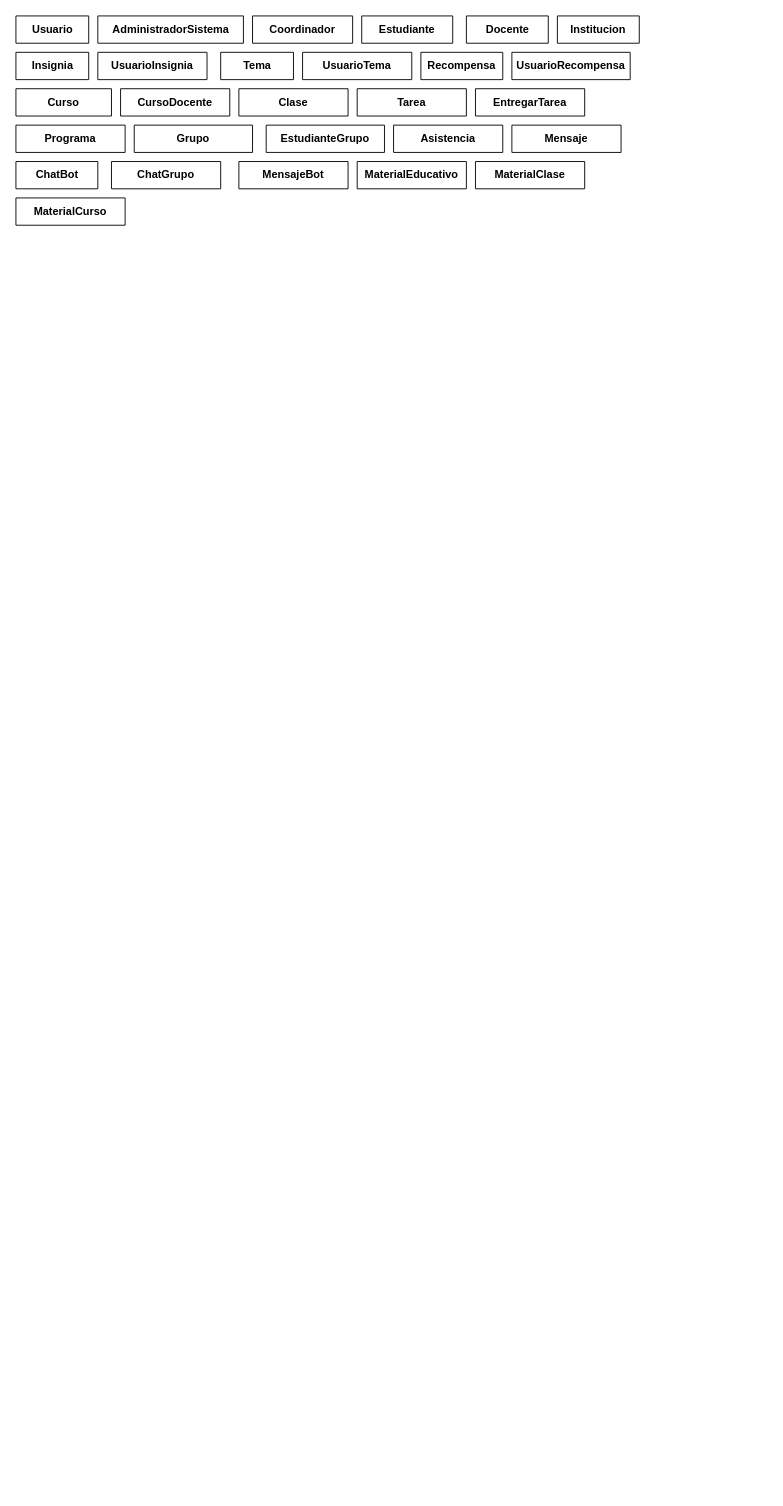
HarrisonGuerrero18/diagramas_Acadify keeps this draw.io diagram as DiagramaRelacional.drawio. Above is the earlier version. Source tidied: cells renumbered, new cells numbered last; positions are measured from the earlier drawing's top-left corner, leaving out a move shared by most shapes. Both pictures are drawn from the tidied source at 91%, with x=0, y=0 at pixel (15, 15).
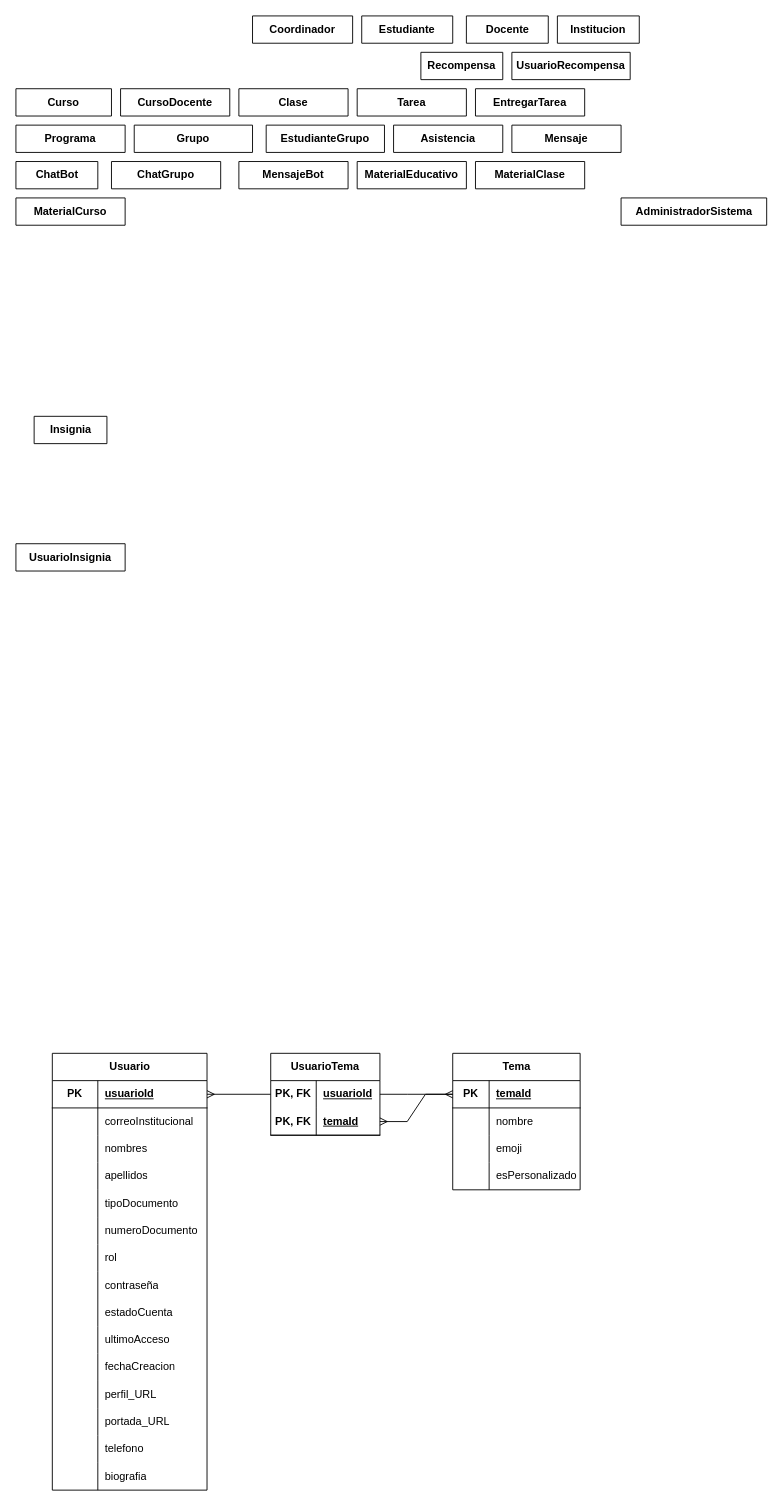
The same diagram, later.

Diff of the diagram source:
```diff
@@
-    <mxCell id="2" value="Usuario" style="shape=table;startSize=30;childLayout=tableLayout;rowLines=0;fontStyle=1;align=center;html=1;" parent="1" vertex="1" collapsed="1">
-      <mxGeometry width="80" height="30" as="geometry" />
+    <mxCell id="2" value="Usuario" style="shape=table;startSize=30;childLayout=tableLayout;rowLines=0;fontStyle=1;align=center;html=1;" parent="1" vertex="1">
+      <mxGeometry x="40" y="1140" width="170" height="480" as="geometry" />
     </mxCell>
+    <mxCell id="30" style="shape=tableRow;horizontal=0;startSize=0;swimlaneHead=0;swimlaneBody=0;fillColor=none;points=[[0,0.5],[1,0.5]];portConstraint=eastwest;top=0;left=0;right=0;bottom=1;" parent="2" vertex="1">
+      <mxGeometry y="30" width="170" height="30" as="geometry" />
+    </mxCell>
+    <mxCell id="31" value="PK" style="shape=partialRectangle;fillColor=none;top=0;left=0;bottom=0;right=0;fontStyle=1;overflow=hidden;whiteSpace=wrap;html=1;" parent="30" vertex="1">
+      <mxGeometry width="50" height="30" as="geometry" />
+    </mxCell>
+    <mxCell id="32" value="usuarioId" style="shape=partialRectangle;fillColor=none;top=0;left=0;bottom=0;right=0;align=left;spacingLeft=6;fontStyle=5;overflow=hidden;whiteSpace=wrap;html=1;" parent="30" vertex="1">
+      <mxGeometry x="50" width="120" height="30" as="geometry" />
+    </mxCell>
+    <mxCell id="33" style="shape=tableRow;horizontal=0;startSize=0;swimlaneHead=0;swimlaneBody=0;fillColor=none;top=0;left=0;right=0;bottom=0;" parent="2" vertex="1">
+      <mxGeometry y="60" width="170" height="30" as="geometry" />
+    </mxCell>
+    <mxCell id="34" style="shape=partialRectangle;fillColor=none;top=0;left=0;bottom=0;right=0;overflow=hidden;whiteSpace=wrap;html=1;" parent="33" vertex="1">
+      <mxGeometry width="50" height="30" as="geometry" />
+    </mxCell>
+    <mxCell id="35" value="correoInstitucional" style="shape=partialRectangle;fillColor=none;top=0;left=0;bottom=0;right=0;align=left;spacingLeft=6;overflow=hidden;whiteSpace=wrap;html=1;" parent="33" vertex="1">
+      <mxGeometry x="50" width="120" height="30" as="geometry" />
+    </mxCell>
+    <mxCell id="36" style="shape=tableRow;horizontal=0;startSize=0;swimlaneHead=0;swimlaneBody=0;fillColor=none;top=0;left=0;right=0;bottom=0;" parent="2" vertex="1">
+      <mxGeometry y="90" width="170" height="30" as="geometry" />
+    </mxCell>
+    <mxCell id="37" style="shape=partialRectangle;fillColor=none;top=0;left=0;bottom=0;right=0;overflow=hidden;whiteSpace=wrap;html=1;" parent="36" vertex="1">
+      <mxGeometry width="50" height="30" as="geometry" />
+    </mxCell>
+    <mxCell id="38" value="nombres" style="shape=partialRectangle;fillColor=none;top=0;left=0;bottom=0;right=0;align=left;spacingLeft=6;overflow=hidden;whiteSpace=wrap;html=1;" parent="36" vertex="1">
+      <mxGeometry x="50" width="120" height="30" as="geometry" />
+    </mxCell>
+    <mxCell id="39" style="shape=tableRow;horizontal=0;startSize=0;swimlaneHead=0;swimlaneBody=0;fillColor=none;top=0;left=0;right=0;bottom=0;" parent="2" vertex="1">
+      <mxGeometry y="120" width="170" height="30" as="geometry" />
+    </mxCell>
+    <mxCell id="40" style="shape=partialRectangle;fillColor=none;top=0;left=0;bottom=0;right=0;overflow=hidden;whiteSpace=wrap;html=1;" parent="39" vertex="1">
+      <mxGeometry width="50" height="30" as="geometry" />
+    </mxCell>
+    <mxCell id="41" value="apellidos" style="shape=partialRectangle;fillColor=none;top=0;left=0;bottom=0;right=0;align=left;spacingLeft=6;overflow=hidden;whiteSpace=wrap;html=1;" parent="39" vertex="1">
+      <mxGeometry x="50" width="120" height="30" as="geometry" />
+    </mxCell>
+    <mxCell id="42" style="shape=tableRow;horizontal=0;startSize=0;swimlaneHead=0;swimlaneBody=0;fillColor=none;top=0;left=0;right=0;bottom=0;" parent="2" vertex="1">
+      <mxGeometry y="150" width="170" height="30" as="geometry" />
+    </mxCell>
+    <mxCell id="43" style="shape=partialRectangle;fillColor=none;top=0;left=0;bottom=0;right=0;overflow=hidden;whiteSpace=wrap;html=1;" parent="42" vertex="1">
+      <mxGeometry width="50" height="30" as="geometry" />
+    </mxCell>
+    <mxCell id="44" value="tipoDocumento" style="shape=partialRectangle;fillColor=none;top=0;left=0;bottom=0;right=0;align=left;spacingLeft=6;overflow=hidden;whiteSpace=wrap;html=1;" parent="42" vertex="1">
+      <mxGeometry x="50" width="120" height="30" as="geometry" />
+    </mxCell>
+    <mxCell id="45" style="shape=tableRow;horizontal=0;startSize=0;swimlaneHead=0;swimlaneBody=0;fillColor=none;top=0;left=0;right=0;bottom=0;" parent="2" vertex="1">
+      <mxGeometry y="180" width="170" height="30" as="geometry" />
+    </mxCell>
+    <mxCell id="46" style="shape=partialRectangle;fillColor=none;top=0;left=0;bottom=0;right=0;overflow=hidden;whiteSpace=wrap;html=1;" parent="45" vertex="1">
+      <mxGeometry width="50" height="30" as="geometry" />
+    </mxCell>
+    <mxCell id="47" value="numeroDocumento" style="shape=partialRectangle;fillColor=none;top=0;left=0;bottom=0;right=0;align=left;spacingLeft=6;overflow=hidden;whiteSpace=wrap;html=1;" parent="45" vertex="1">
+      <mxGeometry x="50" width="120" height="30" as="geometry" />
+    </mxCell>
+    <mxCell id="48" style="shape=tableRow;horizontal=0;startSize=0;swimlaneHead=0;swimlaneBody=0;fillColor=none;top=0;left=0;right=0;bottom=0;" parent="2" vertex="1">
+      <mxGeometry y="210" width="170" height="30" as="geometry" />
+    </mxCell>
+    <mxCell id="49" style="shape=partialRectangle;fillColor=none;top=0;left=0;bottom=0;right=0;overflow=hidden;whiteSpace=wrap;html=1;" parent="48" vertex="1">
+      <mxGeometry width="50" height="30" as="geometry" />
+    </mxCell>
+    <mxCell id="50" value="rol" style="shape=partialRectangle;fillColor=none;top=0;left=0;bottom=0;right=0;align=left;spacingLeft=6;overflow=hidden;whiteSpace=wrap;html=1;" parent="48" vertex="1">
+      <mxGeometry x="50" width="120" height="30" as="geometry" />
+    </mxCell>
+    <mxCell id="51" style="shape=tableRow;horizontal=0;startSize=0;swimlaneHead=0;swimlaneBody=0;fillColor=none;top=0;left=0;right=0;bottom=0;" parent="2" vertex="1">
+      <mxGeometry y="240" width="170" height="30" as="geometry" />
+    </mxCell>
+    <mxCell id="52" style="shape=partialRectangle;fillColor=none;top=0;left=0;bottom=0;right=0;overflow=hidden;whiteSpace=wrap;html=1;" parent="51" vertex="1">
+      <mxGeometry width="50" height="30" as="geometry" />
+    </mxCell>
+    <mxCell id="53" value="contraseña" style="shape=partialRectangle;fillColor=none;top=0;left=0;bottom=0;right=0;align=left;spacingLeft=6;overflow=hidden;whiteSpace=wrap;html=1;" parent="51" vertex="1">
+      <mxGeometry x="50" width="120" height="30" as="geometry" />
+    </mxCell>
+    <mxCell id="54" style="shape=tableRow;horizontal=0;startSize=0;swimlaneHead=0;swimlaneBody=0;fillColor=none;top=0;left=0;right=0;bottom=0;" parent="2" vertex="1">
+      <mxGeometry y="270" width="170" height="30" as="geometry" />
+    </mxCell>
+    <mxCell id="55" style="shape=partialRectangle;fillColor=none;top=0;left=0;bottom=0;right=0;overflow=hidden;whiteSpace=wrap;html=1;" parent="54" vertex="1">
+      <mxGeometry width="50" height="30" as="geometry" />
+    </mxCell>
+    <mxCell id="56" value="estadoCuenta" style="shape=partialRectangle;fillColor=none;top=0;left=0;bottom=0;right=0;align=left;spacingLeft=6;overflow=hidden;whiteSpace=wrap;html=1;" parent="54" vertex="1">
+      <mxGeometry x="50" width="120" height="30" as="geometry" />
+    </mxCell>
+    <mxCell id="57" style="shape=tableRow;horizontal=0;startSize=0;swimlaneHead=0;swimlaneBody=0;fillColor=none;top=0;left=0;right=0;bottom=0;" parent="2" vertex="1">
+      <mxGeometry y="300" width="170" height="30" as="geometry" />
+    </mxCell>
+    <mxCell id="58" style="shape=partialRectangle;fillColor=none;top=0;left=0;bottom=0;right=0;overflow=hidden;whiteSpace=wrap;html=1;" parent="57" vertex="1">
+      <mxGeometry width="50" height="30" as="geometry" />
+    </mxCell>
+    <mxCell id="59" value="ultimoAcceso" style="shape=partialRectangle;fillColor=none;top=0;left=0;bottom=0;right=0;align=left;spacingLeft=6;overflow=hidden;whiteSpace=wrap;html=1;" parent="57" vertex="1">
+      <mxGeometry x="50" width="120" height="30" as="geometry" />
+    </mxCell>
+    <mxCell id="60" style="shape=tableRow;horizontal=0;startSize=0;swimlaneHead=0;swimlaneBody=0;fillColor=none;top=0;left=0;right=0;bottom=0;" parent="2" vertex="1">
+      <mxGeometry y="330" width="170" height="30" as="geometry" />
+    </mxCell>
+    <mxCell id="61" style="shape=partialRectangle;fillColor=none;top=0;left=0;bottom=0;right=0;overflow=hidden;whiteSpace=wrap;html=1;" parent="60" vertex="1">
+      <mxGeometry width="50" height="30" as="geometry" />
+    </mxCell>
+    <mxCell id="62" value="fechaCreacion" style="shape=partialRectangle;fillColor=none;top=0;left=0;bottom=0;right=0;align=left;spacingLeft=6;overflow=hidden;whiteSpace=wrap;html=1;" parent="60" vertex="1">
+      <mxGeometry x="50" width="120" height="30" as="geometry" />
+    </mxCell>
+    <mxCell id="63" style="shape=tableRow;horizontal=0;startSize=0;swimlaneHead=0;swimlaneBody=0;fillColor=none;top=0;left=0;right=0;bottom=0;" parent="2" vertex="1">
+      <mxGeometry y="360" width="170" height="30" as="geometry" />
+    </mxCell>
+    <mxCell id="64" style="shape=partialRectangle;fillColor=none;top=0;left=0;bottom=0;right=0;overflow=hidden;whiteSpace=wrap;html=1;" parent="63" vertex="1">
+      <mxGeometry width="50" height="30" as="geometry" />
+    </mxCell>
+    <mxCell id="65" value="perfil_URL" style="shape=partialRectangle;fillColor=none;top=0;left=0;bottom=0;right=0;align=left;spacingLeft=6;overflow=hidden;whiteSpace=wrap;html=1;" parent="63" vertex="1">
+      <mxGeometry x="50" width="120" height="30" as="geometry" />
+    </mxCell>
+    <mxCell id="66" style="shape=tableRow;horizontal=0;startSize=0;swimlaneHead=0;swimlaneBody=0;fillColor=none;top=0;left=0;right=0;bottom=0;" parent="2" vertex="1">
+      <mxGeometry y="390" width="170" height="30" as="geometry" />
+    </mxCell>
+    <mxCell id="67" style="shape=partialRectangle;fillColor=none;top=0;left=0;bottom=0;right=0;overflow=hidden;whiteSpace=wrap;html=1;" parent="66" vertex="1">
+      <mxGeometry width="50" height="30" as="geometry" />
+    </mxCell>
+    <mxCell id="68" value="portada_URL" style="shape=partialRectangle;fillColor=none;top=0;left=0;bottom=0;right=0;align=left;spacingLeft=6;overflow=hidden;whiteSpace=wrap;html=1;" parent="66" vertex="1">
+      <mxGeometry x="50" width="120" height="30" as="geometry" />
+    </mxCell>
+    <mxCell id="69" style="shape=tableRow;horizontal=0;startSize=0;swimlaneHead=0;swimlaneBody=0;fillColor=none;top=0;left=0;right=0;bottom=0;" parent="2" vertex="1">
+      <mxGeometry y="420" width="170" height="30" as="geometry" />
+    </mxCell>
+    <mxCell id="70" style="shape=partialRectangle;fillColor=none;top=0;left=0;bottom=0;right=0;overflow=hidden;whiteSpace=wrap;html=1;" parent="69" vertex="1">
+      <mxGeometry width="50" height="30" as="geometry" />
+    </mxCell>
+    <mxCell id="71" value="telefono" style="shape=partialRectangle;fillColor=none;top=0;left=0;bottom=0;right=0;align=left;spacingLeft=6;overflow=hidden;whiteSpace=wrap;html=1;" parent="69" vertex="1">
+      <mxGeometry x="50" width="120" height="30" as="geometry" />
+    </mxCell>
+    <mxCell id="72" style="shape=tableRow;horizontal=0;startSize=0;swimlaneHead=0;swimlaneBody=0;fillColor=none;top=0;left=0;right=0;bottom=0;" parent="2" vertex="1">
+      <mxGeometry y="450" width="170" height="30" as="geometry" />
+    </mxCell>
+    <mxCell id="73" style="shape=partialRectangle;fillColor=none;top=0;left=0;bottom=0;right=0;overflow=hidden;whiteSpace=wrap;html=1;" parent="72" vertex="1">
+      <mxGeometry width="50" height="30" as="geometry" />
+    </mxCell>
+    <mxCell id="74" value="biografia" style="shape=partialRectangle;fillColor=none;top=0;left=0;bottom=0;right=0;align=left;spacingLeft=6;overflow=hidden;whiteSpace=wrap;html=1;" parent="72" vertex="1">
+      <mxGeometry x="50" width="120" height="30" as="geometry" />
+    </mxCell>
@@
     <mxCell id="4" value="AdministradorSistema" style="shape=table;startSize=30;childLayout=tableLayout;rowLines=0;fontStyle=1;align=center;html=1;" parent="1" vertex="1" collapsed="1">
-      <mxGeometry x="90" width="160" height="30" as="geometry" />
+      <mxGeometry x="665" y="200" width="160" height="30" as="geometry" />
     </mxCell>
@@
     <mxCell id="8" value="UsuarioInsignia" style="shape=table;startSize=30;childLayout=tableLayout;rowLines=0;fontStyle=1;align=center;html=1;whiteSpace=wrap;" parent="1" vertex="1" collapsed="1">
-      <mxGeometry x="90" y="40" width="120" height="30" as="geometry" />
+      <mxGeometry y="580" width="120" height="30" as="geometry" />
     </mxCell>
     <mxCell id="9" value="&lt;span style=&quot;text-wrap-mode: wrap;&quot;&gt;Insignia&lt;/span&gt;" style="shape=table;startSize=30;childLayout=tableLayout;rowLines=0;fontStyle=1;align=center;html=1;" parent="1" vertex="1" collapsed="1">
-      <mxGeometry y="40" width="80" height="30" as="geometry" />
+      <mxGeometry x="20" y="440" width="80" height="30" as="geometry" />
     </mxCell>
@@
-    <mxCell id="11" value="UsuarioTema" style="shape=table;startSize=30;childLayout=tableLayout;rowLines=0;fontStyle=1;align=center;html=1;whiteSpace=wrap;" parent="1" vertex="1" collapsed="1">
-      <mxGeometry x="315" y="40" width="120" height="30" as="geometry" />
+    <mxCell id="11" value="UsuarioTema" style="shape=table;startSize=30;childLayout=tableLayout;rowLines=0;fontStyle=1;align=center;html=1;whiteSpace=wrap;" parent="1" vertex="1">
+      <mxGeometry x="280" y="1140" width="120" height="90" as="geometry" />
     </mxCell>
+    <mxCell id="75" style="shape=tableRow;horizontal=0;startSize=0;swimlaneHead=0;swimlaneBody=0;fillColor=none;points=[[0,0.5],[1,0.5]];portConstraint=eastwest;top=0;left=0;right=0;bottom=0;html=1;" parent="11" vertex="1">
+      <mxGeometry y="30" width="120" height="30" as="geometry" />
+    </mxCell>
+    <mxCell id="76" value="PK, FK" style="shape=partialRectangle;fillColor=none;top=0;left=0;bottom=0;right=0;fontStyle=1;overflow=hidden;html=1;whiteSpace=wrap;" parent="75" vertex="1">
+      <mxGeometry width="50" height="30" as="geometry" />
+    </mxCell>
+    <mxCell id="77" value="usuarioId" style="shape=partialRectangle;fillColor=none;top=0;left=0;bottom=0;right=0;align=left;spacingLeft=6;fontStyle=5;overflow=hidden;html=1;whiteSpace=wrap;" parent="75" vertex="1">
+      <mxGeometry x="50" width="70" height="30" as="geometry" />
+    </mxCell>
+    <mxCell id="78" style="shape=tableRow;horizontal=0;startSize=0;swimlaneHead=0;swimlaneBody=0;fillColor=none;points=[[0,0.5],[1,0.5]];portConstraint=eastwest;top=0;left=0;right=0;bottom=1;html=1;" parent="11" vertex="1">
+      <mxGeometry y="60" width="120" height="30" as="geometry" />
+    </mxCell>
+    <mxCell id="79" value="PK, FK" style="shape=partialRectangle;fillColor=none;top=0;left=0;bottom=0;right=0;fontStyle=1;overflow=hidden;html=1;whiteSpace=wrap;" parent="78" vertex="1">
+      <mxGeometry width="50" height="30" as="geometry" />
+    </mxCell>
+    <mxCell id="80" value="temaId" style="shape=partialRectangle;fillColor=none;top=0;left=0;bottom=0;right=0;align=left;spacingLeft=6;fontStyle=5;overflow=hidden;html=1;whiteSpace=wrap;" parent="78" vertex="1">
+      <mxGeometry x="50" width="70" height="30" as="geometry" />
+    </mxCell>
-    <mxCell id="12" value="&lt;span style=&quot;text-wrap-mode: wrap;&quot;&gt;Tema&lt;/span&gt;" style="shape=table;startSize=30;childLayout=tableLayout;rowLines=0;fontStyle=1;align=center;html=1;" parent="1" vertex="1" collapsed="1">
-      <mxGeometry x="225" y="40" width="80" height="30" as="geometry" />
+    <mxCell id="12" value="&lt;span style=&quot;text-wrap-mode: wrap;&quot;&gt;Tema&lt;/span&gt;" style="shape=table;startSize=30;childLayout=tableLayout;rowLines=0;fontStyle=1;align=center;html=1;" parent="1" vertex="1">
+      <mxGeometry x="480" y="1140" width="140" height="150" as="geometry" />
     </mxCell>
+    <mxCell id="81" style="shape=tableRow;horizontal=0;startSize=0;swimlaneHead=0;swimlaneBody=0;fillColor=none;points=[[0,0.5],[1,0.5]];portConstraint=eastwest;top=0;left=0;right=0;bottom=1;" parent="12" vertex="1">
+      <mxGeometry y="30" width="140" height="30" as="geometry" />
+    </mxCell>
+    <mxCell id="82" value="PK" style="shape=partialRectangle;fillColor=none;top=0;left=0;bottom=0;right=0;fontStyle=1;overflow=hidden;whiteSpace=wrap;html=1;" parent="81" vertex="1">
+      <mxGeometry width="40" height="30" as="geometry" />
+    </mxCell>
+    <mxCell id="83" value="temaId" style="shape=partialRectangle;fillColor=none;top=0;left=0;bottom=0;right=0;align=left;spacingLeft=6;fontStyle=5;overflow=hidden;whiteSpace=wrap;html=1;" parent="81" vertex="1">
+      <mxGeometry x="40" width="100" height="30" as="geometry" />
+    </mxCell>
+    <mxCell id="84" style="shape=tableRow;horizontal=0;startSize=0;swimlaneHead=0;swimlaneBody=0;fillColor=none;top=0;left=0;right=0;bottom=0;" parent="12" vertex="1">
+      <mxGeometry y="60" width="140" height="30" as="geometry" />
+    </mxCell>
+    <mxCell id="85" style="shape=partialRectangle;fillColor=none;top=0;left=0;bottom=0;right=0;overflow=hidden;whiteSpace=wrap;html=1;" parent="84" vertex="1">
+      <mxGeometry width="40" height="30" as="geometry" />
+    </mxCell>
+    <mxCell id="86" value="nombre" style="shape=partialRectangle;fillColor=none;top=0;left=0;bottom=0;right=0;align=left;spacingLeft=6;overflow=hidden;whiteSpace=wrap;html=1;" parent="84" vertex="1">
+      <mxGeometry x="40" width="100" height="30" as="geometry" />
+    </mxCell>
+    <mxCell id="87" style="shape=tableRow;horizontal=0;startSize=0;swimlaneHead=0;swimlaneBody=0;fillColor=none;top=0;left=0;right=0;bottom=0;" parent="12" vertex="1">
+      <mxGeometry y="90" width="140" height="30" as="geometry" />
+    </mxCell>
+    <mxCell id="88" style="shape=partialRectangle;fillColor=none;top=0;left=0;bottom=0;right=0;overflow=hidden;whiteSpace=wrap;html=1;" parent="87" vertex="1">
+      <mxGeometry width="40" height="30" as="geometry" />
+    </mxCell>
+    <mxCell id="89" value="emoji" style="shape=partialRectangle;fillColor=none;top=0;left=0;bottom=0;right=0;align=left;spacingLeft=6;overflow=hidden;whiteSpace=wrap;html=1;" parent="87" vertex="1">
+      <mxGeometry x="40" width="100" height="30" as="geometry" />
+    </mxCell>
+    <mxCell id="90" style="shape=tableRow;horizontal=0;startSize=0;swimlaneHead=0;swimlaneBody=0;fillColor=none;top=0;left=0;right=0;bottom=0;" parent="12" vertex="1">
+      <mxGeometry y="120" width="140" height="30" as="geometry" />
+    </mxCell>
+    <mxCell id="91" style="shape=partialRectangle;fillColor=none;top=0;left=0;bottom=0;right=0;overflow=hidden;whiteSpace=wrap;html=1;" parent="90" vertex="1">
+      <mxGeometry width="40" height="30" as="geometry" />
+    </mxCell>
+    <mxCell id="92" value="esPersonalizado" style="shape=partialRectangle;fillColor=none;top=0;left=0;bottom=0;right=0;align=left;spacingLeft=6;overflow=hidden;whiteSpace=wrap;html=1;" parent="90" vertex="1">
+      <mxGeometry x="40" width="100" height="30" as="geometry" />
+    </mxCell>
@@
+    <mxCell id="93" style="fontSize=12;html=1;endArrow=none;startArrow=ERmany;rounded=0;exitX=1;exitY=0.5;exitDx=0;exitDy=0;entryX=0;entryY=0.5;entryDx=0;entryDy=0;endFill=0;" parent="1" edge="1" source="30" target="11">
+      <mxGeometry relative="1" as="geometry" />
+    </mxCell>
+    <mxCell id="94" style="edgeStyle=entityRelationEdgeStyle;fontSize=12;html=1;endArrow=ERmany;rounded=0;exitX=1;exitY=0.5;exitDx=0;exitDy=0;entryX=0;entryY=0.5;entryDx=0;entryDy=0;" parent="1" edge="1" source="75" target="81">
+      <mxGeometry relative="1" as="geometry" />
+    </mxCell>
+    <mxCell id="95" style="edgeStyle=entityRelationEdgeStyle;fontSize=12;html=1;endArrow=ERmany;rounded=0;entryX=1;entryY=0.5;entryDx=0;entryDy=0;exitX=0;exitY=0.5;exitDx=0;exitDy=0;" parent="1" edge="1" source="81" target="78">
+      <mxGeometry relative="1" as="geometry">
+        <Array as="points">
+          <mxPoint x="465" y="1200" />
+          <mxPoint x="465" y="1200" />
+        </Array>
+      </mxGeometry>
+    </mxCell>
```
